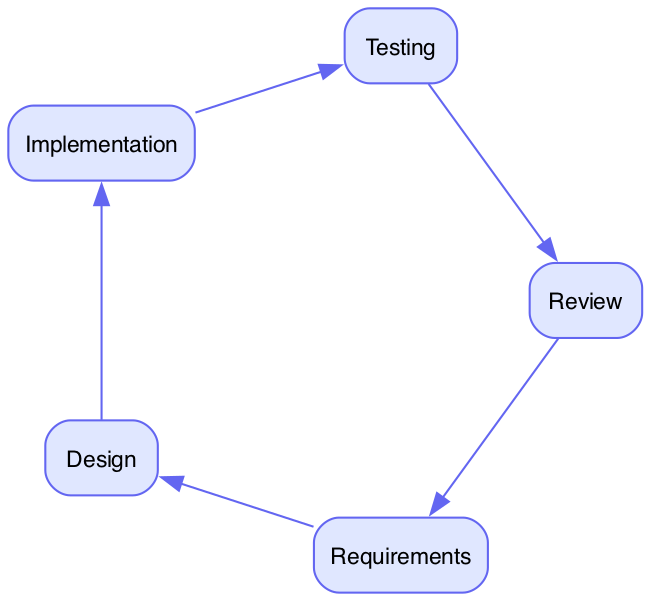
ululululu5656/finalproject keeps this Graphviz diagram as docs/submission/assets/diagrams/methodology.png. Above is the earlier version. Its source is kept beside it as docs/submission/assets/diagrams/methodology.dot.
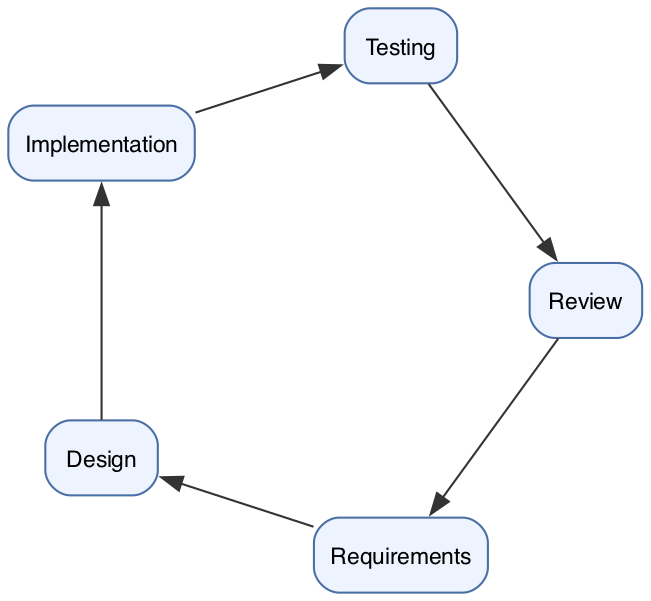
The same diagram one commit later.

The edit, as a diff of the source:
```diff
@@ -1,9 +1,10 @@
 digraph Methodology {
   layout=circo;
-  graph [bgcolor=white, fontname="Helvetica", fontsize=13];
+  bgcolor=white;
+  graph [fontname="Helvetica", fontsize=13];
   node  [fontname="Helvetica", fontsize=11, shape=box, style="rounded,filled",
-          fillcolor="#e0e7ff", color="#6366f1"];
-  edge  [fontname="Helvetica", color="#6366f1"];
+          fillcolor="#eef4ff", color="#4a6fa5"];
+  edge  [fontname="Helvetica", color="#333333"];
 
   Requirements -> Design -> Implementation -> Testing -> Review -> Requirements;
 }
```
